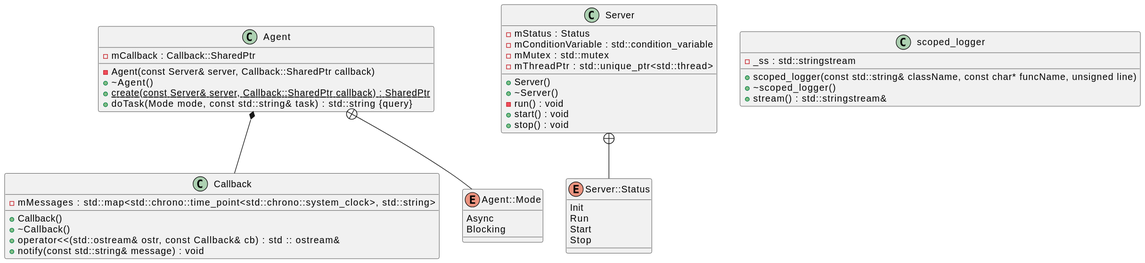
Earlier version of the PlantUML export diagrams/classdiagram.svg (h6wk/Cmder).
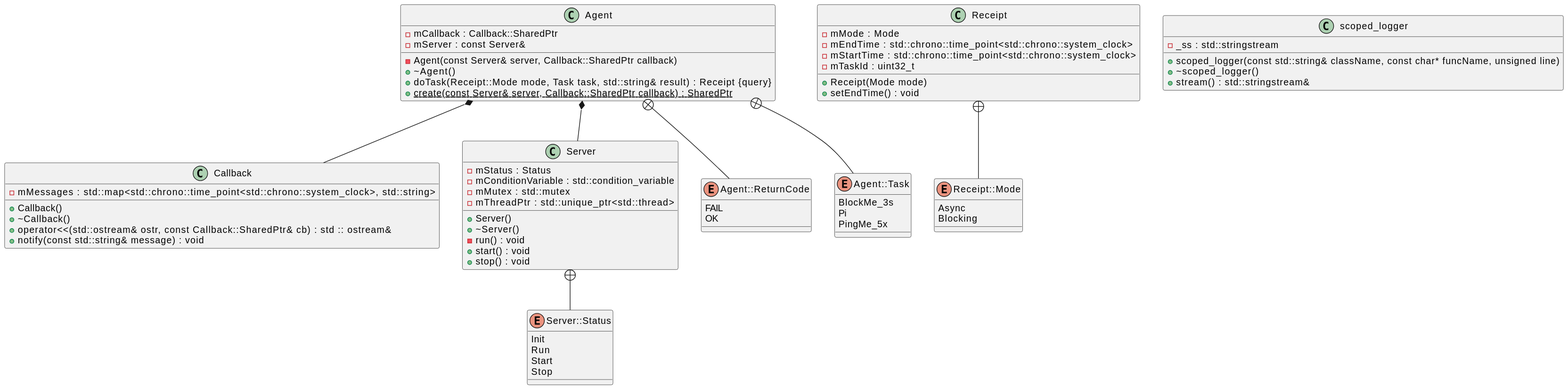
After the commit.

Commit message:
VS Code extension descr. & class diagram update

Diff of the diagram source:
```diff
@@ -9,17 +9,28 @@
     -Agent(const Server& server, Callback::SharedPtr callback)
     +~Agent()
     -mCallback : Callback::SharedPtr
+    +doTask(Receipt::Mode mode, Task task, std::string& result) : Receipt {query}
     +{static} create(const Server& server, Callback::SharedPtr callback) : SharedPtr
-    +doTask(Mode mode, const std::string& task) : std::string {query}
+    -mServer : const Server&
 }
 
 
 class Callback {
     +Callback()
     +~Callback()
-    +operator<<(std::ostream& ostr, const Callback& cb) : std :: ostream&
+    +operator<<(std::ostream& ostr, const Callback::SharedPtr& cb) : std :: ostream&
     -mMessages : std::map<std::chrono::time_point<std::chrono::system_clock>, std::string>
     +notify(const std::string& message) : void
+}
+
+
+class Receipt {
+    +Receipt(Mode mode)
+    -mMode : Mode
+    -mEndTime : std::chrono::time_point<std::chrono::system_clock>
+    -mStartTime : std::chrono::time_point<std::chrono::system_clock>
+    -mTaskId : uint32_t
+    +setEndTime() : void
 }
 
 
@@ -36,7 +47,20 @@
 }
 
 
-enum Agent::Mode {
+enum Agent::ReturnCode {
+    FAIL
+    OK
+}
+
+
+enum Agent::Task {
+    BlockMe_3s
+    Pi
+    PingMe_5x
+}
+
+
+enum Receipt::Mode {
     Async
     Blocking
 }
@@ -69,12 +93,21 @@
 .Agent *-- .Callback
 
 
+.Agent *-- .Server
 
 
 
 
 
-.Agent +-- .Agent::Mode
+
+
+.Agent +-- .Agent::ReturnCode
+
+
+.Agent +-- .Agent::Task
+
+
+.Receipt +-- .Receipt::Mode
 
 
 .Server +-- .Server::Status
```
